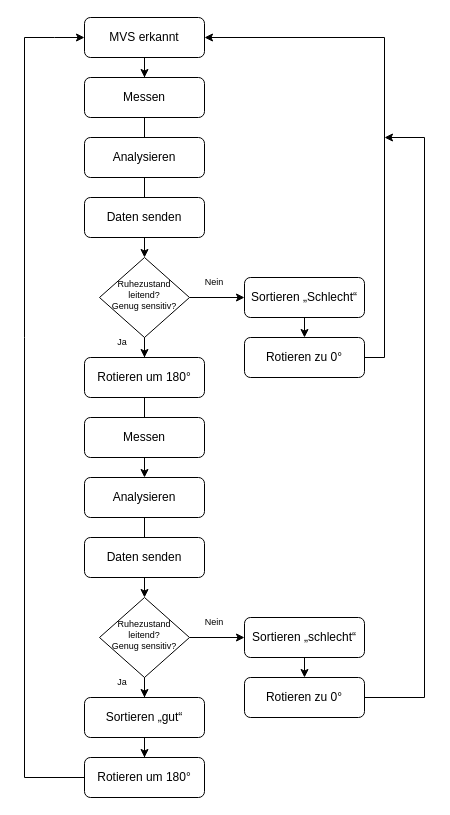
ShyngysM/stm32_multimodul keeps this draw.io diagram as algorithm.drawio. Above is the earlier version. Source tidied: cells renumbered, new cells numbered last; positions are measured from the earlier drawing's top-left corner, leaving out a move shared by most shapes. Both pictures are drawn from the tidied source at 100%, with x=0, y=0 at pixel (24, 17).
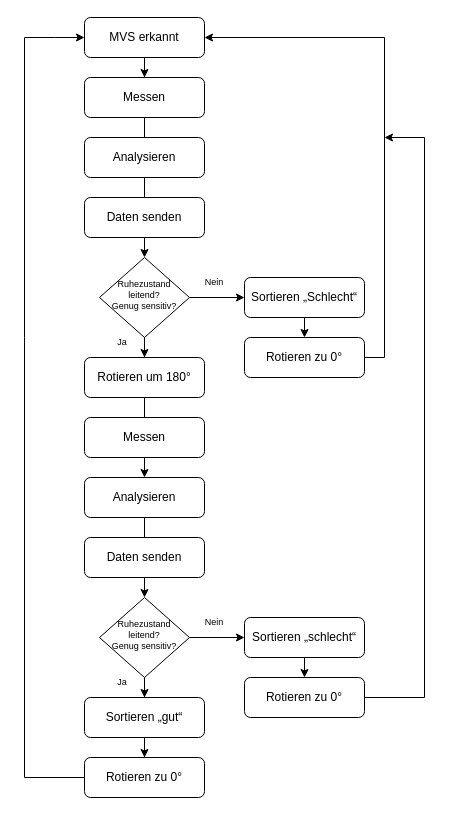
The same page after the edit.

The edit, as a diff of the source:
```diff
@@
-    <mxCell id="29" value="Rotieren um 180°" style="rounded=1;whiteSpace=wrap;html=1;fontSize=12;glass=0;strokeWidth=1;shadow=0;" parent="1" vertex="1">
+    <mxCell id="29" value="Rotieren zu 0°" style="rounded=1;whiteSpace=wrap;html=1;fontSize=12;glass=0;strokeWidth=1;shadow=0;" parent="1" vertex="1">
       <mxGeometry x="60" y="740" width="120" height="40" as="geometry" />
     </mxCell>
```
